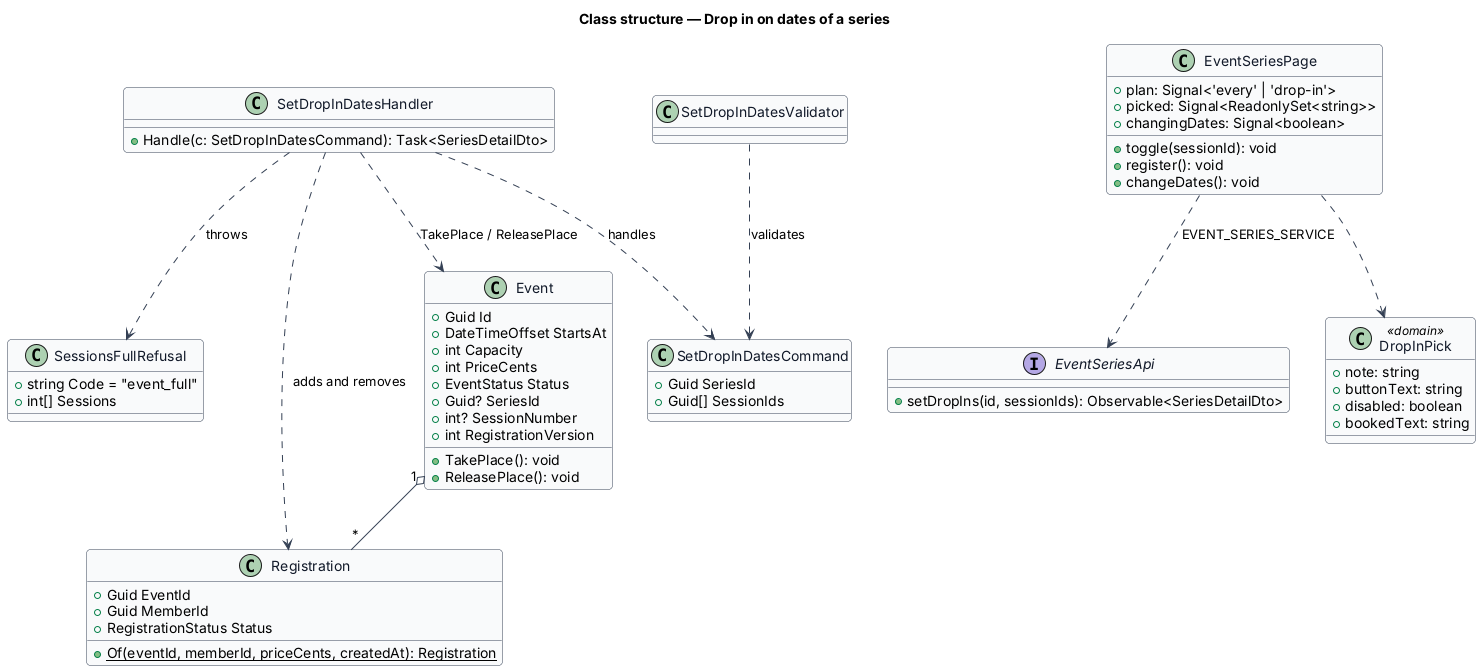
QuinntyneBrown/christian-fitness keeps this PlantUML diagram as docs/detailed-designs/events/drop-in-on-series-dates/diagrams/class.png. Above is the earlier version.
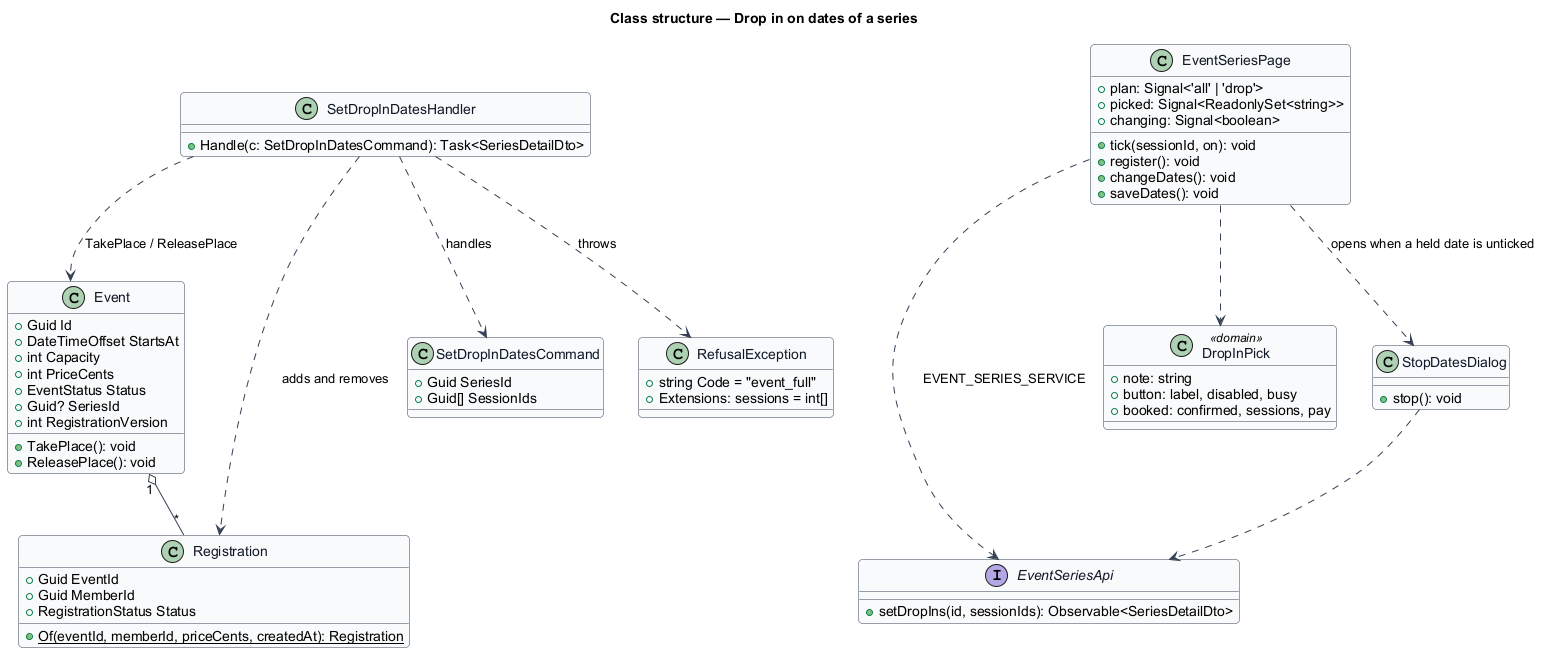
The same file after the commit.

The edit, as a diff of the source:
```diff
@@ -18,7 +18,6 @@
   +int PriceCents
   +EventStatus Status
   +Guid? SeriesId
-  +int? SessionNumber
   +int RegistrationVersion
   +TakePlace(): void
   +ReleasePlace(): void
@@ -33,37 +32,40 @@
   +Guid SeriesId
   +Guid[] SessionIds
 }
-class SetDropInDatesValidator
 class SetDropInDatesHandler {
   +Handle(c: SetDropInDatesCommand): Task<SeriesDetailDto>
 }
-class SessionsFullRefusal {
+class RefusalException {
   +string Code = "event_full"
-  +int[] Sessions
+  +Extensions: sessions = int[]
 }
 interface EventSeriesApi {
   +setDropIns(id, sessionIds): Observable<SeriesDetailDto>
 }
 class EventSeriesPage {
-  +plan: Signal<'every' | 'drop-in'>
+  +plan: Signal<'all' | 'drop'>
   +picked: Signal<ReadonlySet<string>>
-  +changingDates: Signal<boolean>
-  +toggle(sessionId): void
+  +changing: Signal<boolean>
+  +tick(sessionId, on): void
   +register(): void
   +changeDates(): void
+  +saveDates(): void
 }
 class DropInPick <<domain>> {
   +note: string
-  +buttonText: string
-  +disabled: boolean
-  +bookedText: string
+  +button: label, disabled, busy
+  +booked: confirmed, sessions, pay
 }
+class StopDatesDialog {
+  +stop(): void
+}
+EventSeriesPage ..> StopDatesDialog : opens when a held date is unticked
+StopDatesDialog ..> EventSeriesApi
 EventSeriesPage ..> EventSeriesApi : EVENT_SERIES_SERVICE
 EventSeriesPage ..> DropInPick
 SetDropInDatesHandler ..> SetDropInDatesCommand : handles
-SetDropInDatesValidator ..> SetDropInDatesCommand : validates
 SetDropInDatesHandler ..> Registration : adds and removes
 SetDropInDatesHandler ..> Event : TakePlace / ReleasePlace
-SetDropInDatesHandler ..> SessionsFullRefusal : throws
+SetDropInDatesHandler ..> RefusalException : throws
 Event "1" o-- "*" Registration
 @enduml
```
